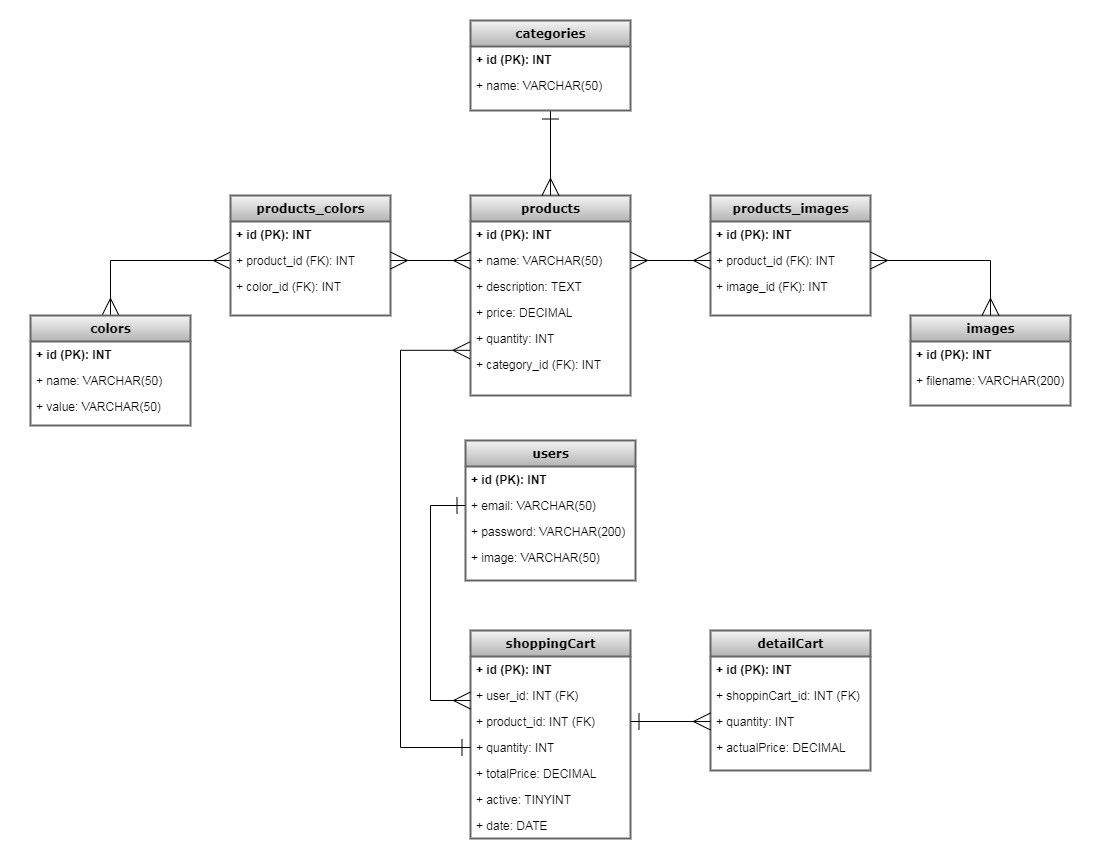
This is DER.png from gonzalokesy/grupo_1_roda, a draw.io export, as it was before one commit. Source tidied: cells renumbered, new cells last; positions are measured from the earlier drawing's top-left corner, leaving out a move shared by most shapes.
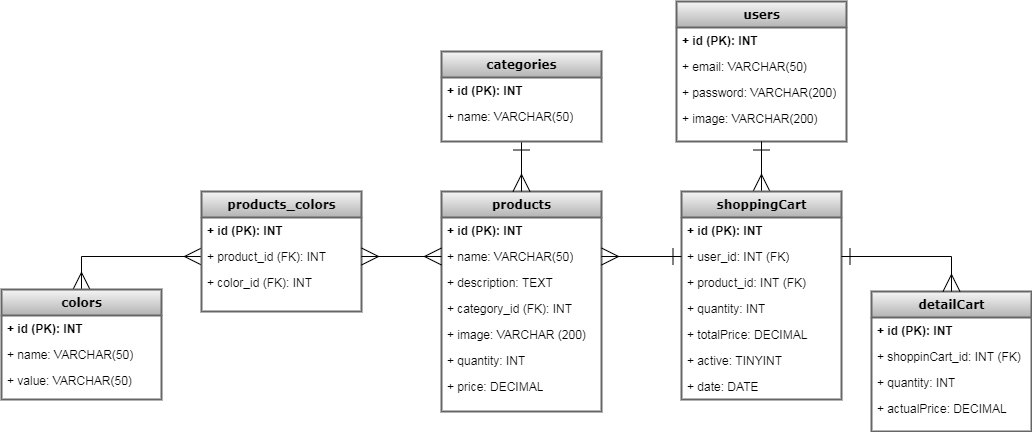
After the commit.

The edit, as a diff of the source:
```diff
@@ -3,7 +3,7 @@
     <mxCell id="0" />
     <mxCell id="1" parent="0" />
     <mxCell id="2" value="products" style="swimlane;html=1;fontStyle=1;align=center;verticalAlign=top;horizontal=1;startSize=26;swimlaneFillColor=#ffffff;rounded=0;shadow=0;comic=0;labelBackgroundColor=none;strokeWidth=2;fontFamily=Verdana;fontSize=12;fillColor=#f5f5f5;gradientColor=#b3b3b3;strokeColor=#666666;" parent="1" vertex="1">
-      <mxGeometry x="440" y="175" width="160" height="200" as="geometry" />
+      <mxGeometry x="440" y="220" width="160" height="220" as="geometry" />
     </mxCell>
     <mxCell id="3" value="+ id (PK): INT" style="text;strokeColor=none;fillColor=none;align=left;verticalAlign=top;spacingLeft=4;spacingRight=4;overflow=hidden;fontStyle=1;rounded=0;glass=0;labelBackgroundColor=none;labelBorderColor=none;whiteSpace=wrap;html=1;fontSize=12;" parent="2" vertex="1">
       <mxGeometry y="26" width="160" height="26" as="geometry" />
@@ -14,20 +14,23 @@
     <mxCell id="5" value="+ description: TEXT" style="text;html=1;strokeColor=none;fillColor=none;align=left;verticalAlign=top;spacingLeft=4;spacingRight=4;whiteSpace=wrap;overflow=hidden;" parent="2" vertex="1">
       <mxGeometry y="78" width="160" height="26" as="geometry" />
     </mxCell>
+    <mxCell id="8" value="+ category_id (FK): INT" style="text;html=1;strokeColor=none;fillColor=none;align=left;verticalAlign=top;spacingLeft=4;spacingRight=4;whiteSpace=wrap;overflow=hidden;points=[[0,0.5],[1,0.5]];portConstraint=eastwest;" parent="2" vertex="1">
+      <mxGeometry y="104" width="160" height="26" as="geometry" />
+    </mxCell>
+    <mxCell id="53" value="+ image: VARCHAR (200)" style="text;html=1;strokeColor=none;fillColor=none;align=left;verticalAlign=top;spacingLeft=4;spacingRight=4;whiteSpace=wrap;overflow=hidden;" parent="2" vertex="1">
+      <mxGeometry y="130" width="160" height="26" as="geometry" />
+    </mxCell>
+    <mxCell id="7" value="+ quantity: INT" style="text;html=1;strokeColor=none;fillColor=none;align=left;verticalAlign=top;spacingLeft=4;spacingRight=4;whiteSpace=wrap;overflow=hidden;" parent="2" vertex="1">
+      <mxGeometry y="156" width="160" height="26" as="geometry" />
+    </mxCell>
     <mxCell id="6" value="+ price: DECIMAL" style="text;html=1;strokeColor=none;fillColor=none;align=left;verticalAlign=top;spacingLeft=4;spacingRight=4;whiteSpace=wrap;overflow=hidden;" parent="2" vertex="1">
-      <mxGeometry y="104" width="160" height="26" as="geometry" />
+      <mxGeometry y="182" width="160" height="26" as="geometry" />
     </mxCell>
-    <mxCell id="7" value="+ quantity: INT" style="text;html=1;strokeColor=none;fillColor=none;align=left;verticalAlign=top;spacingLeft=4;spacingRight=4;whiteSpace=wrap;overflow=hidden;" parent="2" vertex="1">
-      <mxGeometry y="130" width="160" height="26" as="geometry" />
-    </mxCell>
-    <mxCell id="8" value="+ category_id (FK): INT" style="text;html=1;strokeColor=none;fillColor=none;align=left;verticalAlign=top;spacingLeft=4;spacingRight=4;whiteSpace=wrap;overflow=hidden;points=[[0,0.5],[1,0.5]];portConstraint=eastwest;" parent="2" vertex="1">
-      <mxGeometry y="156" width="160" height="26" as="geometry" />
-    </mxCell>
     <mxCell id="9" style="edgeStyle=orthogonalEdgeStyle;rounded=0;jettySize=auto;html=1;entryX=0;entryY=0.5;entryDx=0;entryDy=0;startArrow=ERmany;startFill=0;endArrow=ERmany;endFill=0;startSize=15;endSize=15;sourcePerimeterSpacing=0;targetPerimeterSpacing=0;strokeWidth=1;" parent="1" edge="1" source="10" target="20">
       <mxGeometry relative="1" as="geometry" />
     </mxCell>
     <mxCell id="10" value="colors" style="swimlane;html=1;fontStyle=1;align=center;verticalAlign=top;horizontal=1;startSize=26;swimlaneFillColor=#ffffff;rounded=0;shadow=0;comic=0;labelBackgroundColor=none;strokeWidth=2;fillColor=#f5f5f5;fontFamily=Verdana;fontSize=12;gradientColor=#b3b3b3;strokeColor=#666666;" parent="1" vertex="1">
-      <mxGeometry y="295" width="160" height="110" as="geometry" />
+      <mxGeometry y="318" width="160" height="110" as="geometry" />
     </mxCell>
     <mxCell id="11" value="+ id (PK): INT" style="text;html=1;strokeColor=none;fillColor=none;align=left;verticalAlign=top;spacingLeft=4;spacingRight=4;whiteSpace=wrap;overflow=hidden;fontStyle=1;" parent="10" vertex="1">
       <mxGeometry y="26" width="160" height="26" as="geometry" />
@@ -42,7 +45,7 @@
       <mxGeometry relative="1" as="geometry" />
     </mxCell>
     <mxCell id="15" value="categories" style="swimlane;html=1;fontStyle=1;align=center;verticalAlign=top;horizontal=1;startSize=26;swimlaneFillColor=#ffffff;rounded=0;shadow=0;comic=0;labelBackgroundColor=none;strokeWidth=2;fillColor=#f5f5f5;fontFamily=Verdana;fontSize=12;gradientColor=#b3b3b3;strokeColor=#666666;" parent="1" vertex="1">
-      <mxGeometry x="440" width="160" height="90" as="geometry" />
+      <mxGeometry x="440" y="80" width="160" height="90" as="geometry" />
     </mxCell>
     <mxCell id="16" value="+ id (PK): INT" style="text;html=1;strokeColor=none;fillColor=none;align=left;verticalAlign=top;spacingLeft=4;spacingRight=4;whiteSpace=wrap;overflow=hidden;fontStyle=1;" parent="15" vertex="1">
       <mxGeometry y="26" width="160" height="26" as="geometry" />
@@ -51,7 +54,7 @@
       <mxGeometry y="52" width="160" height="26" as="geometry" />
     </mxCell>
     <mxCell id="18" value="products_colors" style="swimlane;html=1;fontStyle=1;align=center;verticalAlign=top;horizontal=1;startSize=26;swimlaneFillColor=#ffffff;rounded=0;shadow=0;comic=0;labelBackgroundColor=none;strokeWidth=2;fillColor=#f5f5f5;fontFamily=Verdana;fontSize=12;gradientColor=#b3b3b3;strokeColor=#666666;" parent="1" vertex="1">
-      <mxGeometry x="200" y="175" width="160" height="120" as="geometry" />
+      <mxGeometry x="200" y="220" width="160" height="120" as="geometry" />
     </mxCell>
     <mxCell id="19" value="+ id (PK): INT" style="text;html=1;strokeColor=none;fillColor=none;align=left;verticalAlign=top;spacingLeft=4;spacingRight=4;whiteSpace=wrap;overflow=hidden;fontStyle=1;" parent="18" vertex="1">
       <mxGeometry y="26" width="160" height="26" as="geometry" />
@@ -65,35 +68,8 @@
     <mxCell id="22" style="edgeStyle=orthogonalEdgeStyle;rounded=0;jettySize=auto;html=1;entryX=1;entryY=0.5;entryDx=0;entryDy=0;startArrow=ERmany;startFill=0;endArrow=ERmany;endFill=0;startSize=15;endSize=15;sourcePerimeterSpacing=0;targetPerimeterSpacing=0;strokeWidth=1;" parent="1" edge="1" source="4" target="20">
       <mxGeometry relative="1" as="geometry" />
     </mxCell>
-    <mxCell id="23" value="images" style="swimlane;html=1;fontStyle=1;align=center;verticalAlign=top;horizontal=1;startSize=26;swimlaneFillColor=#ffffff;rounded=0;shadow=0;comic=0;labelBackgroundColor=none;strokeWidth=2;fillColor=#f5f5f5;fontFamily=Verdana;fontSize=12;gradientColor=#b3b3b3;strokeColor=#666666;" parent="1" vertex="1">
-      <mxGeometry x="880" y="295" width="160" height="90" as="geometry" />
-    </mxCell>
-    <mxCell id="24" value="+ id (PK): INT" style="text;html=1;strokeColor=none;fillColor=none;align=left;verticalAlign=top;spacingLeft=4;spacingRight=4;whiteSpace=wrap;overflow=hidden;fontStyle=1;" parent="23" vertex="1">
-      <mxGeometry y="26" width="160" height="26" as="geometry" />
-    </mxCell>
-    <mxCell id="25" value="+ filename: VARCHAR(200)" style="text;html=1;strokeColor=none;fillColor=none;align=left;verticalAlign=top;spacingLeft=4;spacingRight=4;whiteSpace=wrap;overflow=hidden;" parent="23" vertex="1">
-      <mxGeometry y="52" width="160" height="26" as="geometry" />
-    </mxCell>
-    <mxCell id="26" value="products_images" style="swimlane;html=1;fontStyle=1;align=center;verticalAlign=top;horizontal=1;startSize=26;swimlaneFillColor=#ffffff;rounded=0;shadow=0;comic=0;labelBackgroundColor=none;strokeWidth=2;fillColor=#f5f5f5;fontFamily=Verdana;fontSize=12;gradientColor=#b3b3b3;strokeColor=#666666;" parent="1" vertex="1">
-      <mxGeometry x="680" y="175" width="160" height="120" as="geometry" />
-    </mxCell>
-    <mxCell id="27" value="+ id (PK): INT" style="text;html=1;strokeColor=none;fillColor=none;align=left;verticalAlign=top;spacingLeft=4;spacingRight=4;whiteSpace=wrap;overflow=hidden;fontStyle=1;" parent="26" vertex="1">
-      <mxGeometry y="26" width="160" height="26" as="geometry" />
-    </mxCell>
-    <mxCell id="28" value="+ product_id (FK): INT" style="text;html=1;strokeColor=none;fillColor=none;align=left;verticalAlign=top;spacingLeft=4;spacingRight=4;whiteSpace=wrap;overflow=hidden;points=[[0,0.5],[1,0.5]];portConstraint=eastwest;" parent="26" vertex="1">
-      <mxGeometry y="52" width="160" height="26" as="geometry" />
-    </mxCell>
-    <mxCell id="29" value="+ image_id (FK): INT" style="text;html=1;strokeColor=none;fillColor=none;align=left;verticalAlign=top;spacingLeft=4;spacingRight=4;whiteSpace=wrap;overflow=hidden;" parent="26" vertex="1">
-      <mxGeometry y="78" width="160" height="26" as="geometry" />
-    </mxCell>
-    <mxCell id="30" style="edgeStyle=orthogonalEdgeStyle;rounded=0;jettySize=auto;html=1;entryX=1;entryY=0.5;entryDx=0;entryDy=0;startArrow=ERmany;startFill=0;endArrow=ERmany;endFill=0;startSize=15;endSize=15;sourcePerimeterSpacing=0;targetPerimeterSpacing=0;strokeWidth=1;" parent="1" edge="1" source="28" target="4">
-      <mxGeometry relative="1" as="geometry" />
-    </mxCell>
-    <mxCell id="31" style="edgeStyle=orthogonalEdgeStyle;rounded=0;jettySize=auto;html=1;entryX=0.5;entryY=0;entryDx=0;entryDy=0;startArrow=ERmany;startFill=0;endArrow=ERmany;endFill=0;startSize=15;endSize=15;sourcePerimeterSpacing=0;targetPerimeterSpacing=0;strokeWidth=1;" parent="1" edge="1" source="28" target="23">
-      <mxGeometry relative="1" as="geometry" />
-    </mxCell>
     <mxCell id="32" value="users" style="swimlane;html=1;fontStyle=1;align=center;verticalAlign=top;horizontal=1;startSize=26;swimlaneFillColor=#ffffff;rounded=0;shadow=0;comic=0;labelBackgroundColor=none;strokeWidth=2;fontFamily=Verdana;fontSize=12;fillColor=#f5f5f5;gradientColor=#b3b3b3;strokeColor=#666666;" parent="1" vertex="1">
-      <mxGeometry x="435" y="420" width="170" height="140" as="geometry" />
+      <mxGeometry x="675" y="30" width="170" height="140" as="geometry" />
     </mxCell>
     <mxCell id="33" value="+ id (PK): INT" style="text;strokeColor=none;fillColor=none;align=left;verticalAlign=top;spacingLeft=4;spacingRight=4;overflow=hidden;fontStyle=1;rounded=0;glass=0;labelBackgroundColor=none;labelBorderColor=none;whiteSpace=wrap;html=1;fontSize=12;" parent="32" vertex="1">
       <mxGeometry y="26" width="170" height="26" as="geometry" />
@@ -104,11 +80,14 @@
     <mxCell id="35" value="+ password: VARCHAR(200)" style="text;html=1;strokeColor=none;fillColor=none;align=left;verticalAlign=top;spacingLeft=4;spacingRight=4;whiteSpace=wrap;overflow=hidden;" parent="32" vertex="1">
       <mxGeometry y="78" width="170" height="26" as="geometry" />
     </mxCell>
-    <mxCell id="36" value="+ image: VARCHAR(50)" style="text;html=1;strokeColor=none;fillColor=none;align=left;verticalAlign=top;spacingLeft=4;spacingRight=4;whiteSpace=wrap;overflow=hidden;" parent="32" vertex="1">
+    <mxCell id="36" value="+ image: VARCHAR(200)" style="text;html=1;strokeColor=none;fillColor=none;align=left;verticalAlign=top;spacingLeft=4;spacingRight=4;whiteSpace=wrap;overflow=hidden;" parent="32" vertex="1">
       <mxGeometry y="104" width="170" height="26" as="geometry" />
     </mxCell>
+    <mxCell id="54" style="edgeStyle=orthogonalEdgeStyle;rounded=0;jettySize=auto;html=1;entryX=0.5;entryY=1;entryDx=0;entryDy=0;startArrow=ERmany;startFill=0;endArrow=ERone;endFill=0;startSize=15;endSize=15;" parent="1" edge="1" source="37" target="32">
+      <mxGeometry relative="1" as="geometry" />
+    </mxCell>
     <mxCell id="37" value="shoppingCart" style="swimlane;html=1;fontStyle=1;align=center;verticalAlign=top;horizontal=1;startSize=26;swimlaneFillColor=#ffffff;rounded=0;shadow=0;comic=0;labelBackgroundColor=none;strokeWidth=2;fontFamily=Verdana;fontSize=12;fillColor=#f5f5f5;gradientColor=#b3b3b3;strokeColor=#666666;" parent="1" vertex="1">
-      <mxGeometry x="440" y="610" width="160" height="208" as="geometry" />
+      <mxGeometry x="680" y="220" width="160" height="208" as="geometry" />
     </mxCell>
     <mxCell id="38" value="+ id (PK): INT" style="text;strokeColor=none;fillColor=none;align=left;verticalAlign=top;spacingLeft=4;spacingRight=4;overflow=hidden;fontStyle=1;rounded=0;glass=0;labelBackgroundColor=none;labelBorderColor=none;whiteSpace=wrap;html=1;fontSize=12;" parent="37" vertex="1">
       <mxGeometry y="26" width="160" height="26" as="geometry" />
@@ -131,27 +110,8 @@
     <mxCell id="44" value="+ date: DATE" style="text;html=1;strokeColor=none;fillColor=none;align=left;verticalAlign=top;spacingLeft=4;spacingRight=4;whiteSpace=wrap;overflow=hidden;" parent="37" vertex="1">
       <mxGeometry y="182" width="160" height="26" as="geometry" />
     </mxCell>
-    <mxCell id="45" style="edgeStyle=orthogonalEdgeStyle;rounded=0;jettySize=auto;html=1;entryX=0;entryY=0.5;entryDx=0;entryDy=0;endSize=15;startSize=15;startArrow=ERmany;startFill=0;endArrow=ERone;endFill=0;" parent="1" edge="1" target="34">
-      <mxGeometry relative="1" as="geometry">
-        <mxPoint x="440" y="680" as="sourcePoint" />
-        <Array as="points">
-          <mxPoint x="440" y="680" />
-          <mxPoint x="400" y="680" />
-          <mxPoint x="400" y="485" />
-        </Array>
-      </mxGeometry>
-    </mxCell>
-    <mxCell id="46" style="edgeStyle=orthogonalEdgeStyle;rounded=0;jettySize=auto;html=1;entryX=-0.003;entryY=-0.045;entryDx=0;entryDy=0;entryPerimeter=0;startArrow=ERone;startFill=0;endArrow=ERmany;endFill=0;startSize=15;endSize=15;" parent="1" edge="1" target="8">
-      <mxGeometry relative="1" as="geometry">
-        <mxPoint x="440" y="727" as="sourcePoint" />
-        <Array as="points">
-          <mxPoint x="370" y="727" />
-          <mxPoint x="370" y="330" />
-        </Array>
-      </mxGeometry>
-    </mxCell>
     <mxCell id="47" value="detailCart" style="swimlane;html=1;fontStyle=1;align=center;verticalAlign=top;horizontal=1;startSize=26;swimlaneFillColor=#ffffff;rounded=0;shadow=0;comic=0;labelBackgroundColor=none;strokeWidth=2;fontFamily=Verdana;fontSize=12;fillColor=#f5f5f5;gradientColor=#b3b3b3;strokeColor=#666666;" parent="1" vertex="1">
-      <mxGeometry x="680" y="610" width="160" height="140" as="geometry" />
+      <mxGeometry x="870" y="320" width="160" height="140" as="geometry" />
     </mxCell>
     <mxCell id="48" value="+ id (PK): INT" style="text;strokeColor=none;fillColor=none;align=left;verticalAlign=top;spacingLeft=4;spacingRight=4;overflow=hidden;fontStyle=1;rounded=0;glass=0;labelBackgroundColor=none;labelBorderColor=none;whiteSpace=wrap;html=1;fontSize=12;" parent="47" vertex="1">
       <mxGeometry y="26" width="160" height="26" as="geometry" />
@@ -165,10 +125,11 @@
     <mxCell id="51" value="+ actualPrice: DECIMAL" style="text;html=1;strokeColor=none;fillColor=none;align=left;verticalAlign=top;spacingLeft=4;spacingRight=4;whiteSpace=wrap;overflow=hidden;" parent="47" vertex="1">
       <mxGeometry y="104" width="160" height="26" as="geometry" />
     </mxCell>
-    <mxCell id="52" style="edgeStyle=orthogonalEdgeStyle;rounded=0;jettySize=auto;html=1;endArrow=ERmany;endFill=0;endSize=15;startArrow=ERone;startFill=0;startSize=15;" parent="1" edge="1" source="40">
-      <mxGeometry relative="1" as="geometry">
-        <mxPoint x="680" y="701" as="targetPoint" />
-      </mxGeometry>
-    </mxCell>
+    <mxCell id="55" style="edgeStyle=orthogonalEdgeStyle;rounded=0;jettySize=auto;html=1;entryX=0;entryY=0.5;entryDx=0;entryDy=0;startArrow=ERmany;startFill=0;endArrow=ERone;endFill=0;endSize=15;startSize=15;" parent="1" edge="1" source="4" target="39">
+      <mxGeometry relative="1" as="geometry" />
+    </mxCell>
+    <mxCell id="56" style="edgeStyle=orthogonalEdgeStyle;rounded=0;jettySize=auto;html=1;entryX=0.5;entryY=0;entryDx=0;entryDy=0;startArrow=ERone;startFill=0;endArrow=ERmany;endFill=0;startSize=15;endSize=15;" parent="1" edge="1" source="39" target="47">
+      <mxGeometry relative="1" as="geometry" />
+    </mxCell>
   </root>
 </mxGraphModel>
```
